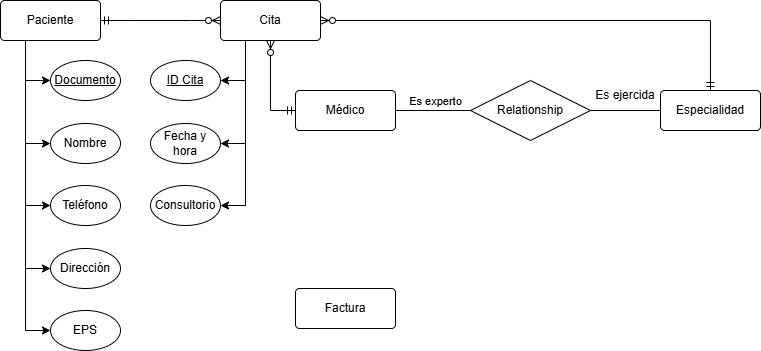
Before: clase/modelo-er-borrador.drawio.png, a diagram exported from draw.io (pipe1408/AREM-Taller_2_Modelo_Informacion). Source tidied: cells renumbered, new cells last; positions are measured from the earlier drawing's top-left corner, leaving out a move shared by most shapes. The source it was exported from:
```xml
<mxGraphModel>
  <root>
    <mxCell id="0" />
    <mxCell id="1" parent="0" />
    <mxCell id="2" style="edgeStyle=orthogonalEdgeStyle;rounded=0;jettySize=auto;html=1;exitX=0.25;exitY=1;exitDx=0;exitDy=0;entryX=0;entryY=0.5;entryDx=0;entryDy=0;" parent="1" edge="1" source="6" target="14">
      <mxGeometry relative="1" as="geometry" />
    </mxCell>
    <mxCell id="3" style="edgeStyle=orthogonalEdgeStyle;rounded=0;jettySize=auto;html=1;exitX=0.25;exitY=1;exitDx=0;exitDy=0;entryX=0;entryY=0.5;entryDx=0;entryDy=0;" parent="1" edge="1" source="6" target="17">
      <mxGeometry relative="1" as="geometry" />
    </mxCell>
    <mxCell id="4" style="edgeStyle=orthogonalEdgeStyle;rounded=0;jettySize=auto;html=1;exitX=0.25;exitY=1;exitDx=0;exitDy=0;entryX=0;entryY=0.5;entryDx=0;entryDy=0;" parent="1" edge="1" source="6" target="18">
      <mxGeometry relative="1" as="geometry" />
    </mxCell>
    <mxCell id="5" style="edgeStyle=orthogonalEdgeStyle;rounded=0;jettySize=auto;html=1;exitX=0.25;exitY=1;exitDx=0;exitDy=0;entryX=0;entryY=0.5;entryDx=0;entryDy=0;" parent="1" edge="1" source="6" target="19">
      <mxGeometry relative="1" as="geometry" />
    </mxCell>
    <mxCell id="6" value="Paciente" style="rounded=1;arcSize=10;whiteSpace=wrap;html=1;align=center;" parent="1" vertex="1">
      <mxGeometry width="100" height="40" as="geometry" />
    </mxCell>
    <mxCell id="7" style="edgeStyle=orthogonalEdgeStyle;rounded=0;jettySize=auto;html=1;exitX=0.25;exitY=1;exitDx=0;exitDy=0;entryX=1;entryY=0.5;entryDx=0;entryDy=0;" parent="1" edge="1" source="10" target="23">
      <mxGeometry relative="1" as="geometry" />
    </mxCell>
    <mxCell id="8" style="edgeStyle=orthogonalEdgeStyle;rounded=0;jettySize=auto;html=1;exitX=0.25;exitY=1;exitDx=0;exitDy=0;entryX=1;entryY=0.5;entryDx=0;entryDy=0;" parent="1" edge="1" source="10" target="24">
      <mxGeometry relative="1" as="geometry" />
    </mxCell>
    <mxCell id="9" style="edgeStyle=orthogonalEdgeStyle;rounded=0;jettySize=auto;html=1;exitX=0.25;exitY=1;exitDx=0;exitDy=0;entryX=1;entryY=0.5;entryDx=0;entryDy=0;" parent="1" edge="1" source="10" target="25">
      <mxGeometry relative="1" as="geometry" />
    </mxCell>
    <mxCell id="10" value="Cita" style="rounded=1;arcSize=10;whiteSpace=wrap;html=1;align=center;" parent="1" vertex="1">
      <mxGeometry x="220" width="100" height="40" as="geometry" />
    </mxCell>
    <mxCell id="11" value="Médico" style="rounded=1;arcSize=10;whiteSpace=wrap;html=1;align=center;" parent="1" vertex="1">
      <mxGeometry x="295" y="90" width="100" height="40" as="geometry" />
    </mxCell>
    <mxCell id="12" value="Especialidad" style="rounded=1;arcSize=10;whiteSpace=wrap;html=1;align=center;" parent="1" vertex="1">
      <mxGeometry x="660" y="90" width="100" height="40" as="geometry" />
    </mxCell>
    <mxCell id="13" value="Factura" style="rounded=1;arcSize=10;whiteSpace=wrap;html=1;align=center;" parent="1" vertex="1">
      <mxGeometry x="295" y="288" width="100" height="40" as="geometry" />
    </mxCell>
    <mxCell id="14" value="Documento" style="ellipse;whiteSpace=wrap;html=1;align=center;fontStyle=4;" parent="1" vertex="1">
      <mxGeometry x="50" y="60" width="70" height="40" as="geometry" />
    </mxCell>
    <mxCell id="15" value="Nombre" style="ellipse;whiteSpace=wrap;html=1;align=center;" parent="1" vertex="1">
      <mxGeometry x="50" y="123" width="70" height="40" as="geometry" />
    </mxCell>
    <mxCell id="16" style="edgeStyle=orthogonalEdgeStyle;rounded=0;jettySize=auto;html=1;exitX=0.25;exitY=1;exitDx=0;exitDy=0;entryX=0;entryY=0.5;entryDx=0;entryDy=0;" parent="1" edge="1" source="6" target="15">
      <mxGeometry relative="1" as="geometry" />
    </mxCell>
    <mxCell id="17" value="Teléfono" style="ellipse;whiteSpace=wrap;html=1;align=center;" parent="1" vertex="1">
      <mxGeometry x="50" y="185" width="70" height="40" as="geometry" />
    </mxCell>
    <mxCell id="18" value="Dirección" style="ellipse;whiteSpace=wrap;html=1;align=center;" parent="1" vertex="1">
      <mxGeometry x="50" y="248" width="70" height="40" as="geometry" />
    </mxCell>
    <mxCell id="19" value="EPS" style="ellipse;whiteSpace=wrap;html=1;align=center;" parent="1" vertex="1">
      <mxGeometry x="50" y="310" width="70" height="40" as="geometry" />
    </mxCell>
    <mxCell id="20" style="edgeStyle=entityRelationEdgeStyle;fontSize=12;html=1;endArrow=ERzeroToMany;startArrow=ERmandOne;rounded=0;exitX=1;exitY=0.5;exitDx=0;exitDy=0;entryX=0;entryY=0.5;entryDx=0;entryDy=0;" parent="1" edge="1" source="6" target="10">
      <mxGeometry relative="1" as="geometry" />
    </mxCell>
    <mxCell id="21" style="edgeStyle=orthogonalEdgeStyle;fontSize=12;html=1;endArrow=ERzeroToMany;startArrow=ERmandOne;rounded=0;exitX=0;exitY=0.5;exitDx=0;exitDy=0;entryX=0.5;entryY=1;entryDx=0;entryDy=0;" parent="1" edge="1" source="11" target="10">
      <mxGeometry relative="1" as="geometry" />
    </mxCell>
    <mxCell id="22" value="Relationship" style="shape=rhombus;perimeter=rhombusPerimeter;whiteSpace=wrap;html=1;align=center;" parent="1" vertex="1">
      <mxGeometry x="470" y="80" width="120" height="60" as="geometry" />
    </mxCell>
    <mxCell id="23" value="ID Cita" style="ellipse;whiteSpace=wrap;html=1;align=center;fontStyle=4;" parent="1" vertex="1">
      <mxGeometry x="150" y="60" width="70" height="40" as="geometry" />
    </mxCell>
    <mxCell id="24" value="Fecha y hora" style="ellipse;whiteSpace=wrap;html=1;align=center;" parent="1" vertex="1">
      <mxGeometry x="150" y="123" width="70" height="40" as="geometry" />
    </mxCell>
    <mxCell id="25" value="Consultorio" style="ellipse;whiteSpace=wrap;html=1;align=center;" parent="1" vertex="1">
      <mxGeometry x="150" y="185" width="70" height="40" as="geometry" />
    </mxCell>
    <mxCell id="26" style="edgeStyle=orthogonalEdgeStyle;fontSize=12;html=1;endArrow=ERzeroToMany;startArrow=ERmandOne;rounded=0;entryX=1;entryY=0.5;entryDx=0;entryDy=0;exitX=0.5;exitY=0;exitDx=0;exitDy=0;" parent="1" edge="1" source="12" target="10">
      <mxGeometry relative="1" as="geometry" />
    </mxCell>
    <mxCell id="27" style="endArrow=none;html=1;rounded=0;exitX=1;exitY=0.5;exitDx=0;exitDy=0;entryX=0;entryY=0.5;entryDx=0;entryDy=0;" parent="1" edge="1" source="11" target="22">
      <mxGeometry relative="1" as="geometry" />
    </mxCell>
    <mxCell id="28" value="Es experto" style="edgeLabel;html=1;align=center;verticalAlign=middle;" parent="27" vertex="1">
      <mxGeometry x="0.03" y="4" relative="1" as="geometry">
        <mxPoint y="-6" as="offset" />
      </mxGeometry>
    </mxCell>
    <mxCell id="29" style="endArrow=none;html=1;rounded=0;exitX=1;exitY=0.5;exitDx=0;exitDy=0;entryX=0;entryY=0.5;entryDx=0;entryDy=0;" parent="1" edge="1" source="22" target="12">
      <mxGeometry relative="1" as="geometry" />
    </mxCell>
    <mxCell id="30" value="Es ejercida" style="text;html=1;whiteSpace=wrap;strokeColor=none;fillColor=none;align=center;verticalAlign=middle;rounded=0;" parent="1" vertex="1">
      <mxGeometry x="590" y="80" width="70" height="30" as="geometry" />
    </mxCell>
  </root>
</mxGraphModel>
```
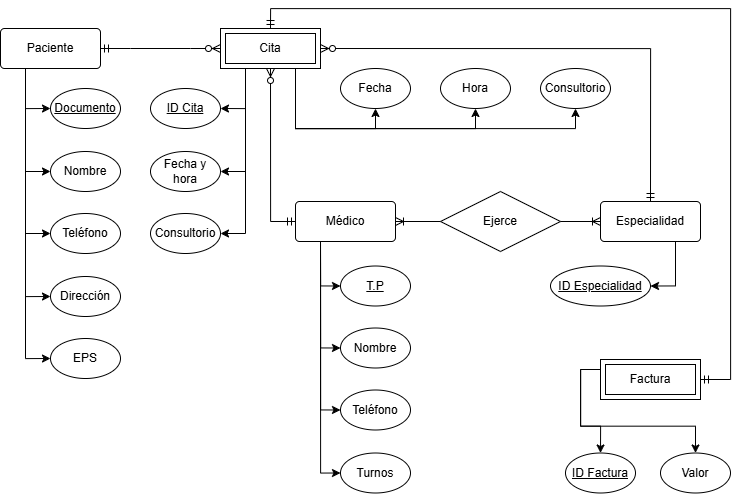
After the change.

The edit, as a diff of the source:
```diff
@@ -26,17 +26,52 @@
     <mxCell id="9" style="edgeStyle=orthogonalEdgeStyle;rounded=0;jettySize=auto;html=1;exitX=0.25;exitY=1;exitDx=0;exitDy=0;entryX=1;entryY=0.5;entryDx=0;entryDy=0;" parent="1" edge="1" source="10" target="25">
       <mxGeometry relative="1" as="geometry" />
     </mxCell>
+    <mxCell id="31" style="edgeStyle=orthogonalEdgeStyle;rounded=0;jettySize=auto;html=1;exitX=0.75;exitY=1;exitDx=0;exitDy=0;entryX=0.5;entryY=1;entryDx=0;entryDy=0;" parent="1" edge="1" source="10" target="50">
+      <mxGeometry relative="1" as="geometry">
+        <Array as="points">
+          <mxPoint x="295" y="100" />
+          <mxPoint x="375" y="100" />
+        </Array>
+      </mxGeometry>
+    </mxCell>
+    <mxCell id="32" style="edgeStyle=orthogonalEdgeStyle;rounded=0;jettySize=auto;html=1;exitX=0.75;exitY=1;exitDx=0;exitDy=0;entryX=0.5;entryY=1;entryDx=0;entryDy=0;" parent="1" edge="1" source="10" target="51">
+      <mxGeometry relative="1" as="geometry" />
+    </mxCell>
+    <mxCell id="33" style="edgeStyle=orthogonalEdgeStyle;rounded=0;jettySize=auto;html=1;exitX=0.75;exitY=1;exitDx=0;exitDy=0;entryX=0.5;entryY=1;entryDx=0;entryDy=0;" parent="1" edge="1" source="10" target="52">
+      <mxGeometry relative="1" as="geometry" />
+    </mxCell>
     <mxCell id="10" value="Cita" style="rounded=1;arcSize=10;whiteSpace=wrap;html=1;align=center;" parent="1" vertex="1">
       <mxGeometry x="220" width="100" height="40" as="geometry" />
     </mxCell>
+    <mxCell id="34" style="edgeStyle=orthogonalEdgeStyle;rounded=0;jettySize=auto;html=1;exitX=0.25;exitY=1;exitDx=0;exitDy=0;entryX=0;entryY=0.5;entryDx=0;entryDy=0;" parent="1" edge="1" source="11" target="45">
+      <mxGeometry relative="1" as="geometry" />
+    </mxCell>
+    <mxCell id="35" style="edgeStyle=orthogonalEdgeStyle;rounded=0;jettySize=auto;html=1;exitX=0.25;exitY=1;exitDx=0;exitDy=0;entryX=0;entryY=0.5;entryDx=0;entryDy=0;" parent="1" edge="1" source="11" target="44">
+      <mxGeometry relative="1" as="geometry" />
+    </mxCell>
+    <mxCell id="36" style="edgeStyle=orthogonalEdgeStyle;rounded=0;jettySize=auto;html=1;exitX=0.25;exitY=1;exitDx=0;exitDy=0;entryX=0;entryY=0.5;entryDx=0;entryDy=0;" parent="1" edge="1" source="11" target="43">
+      <mxGeometry relative="1" as="geometry" />
+    </mxCell>
+    <mxCell id="37" style="edgeStyle=orthogonalEdgeStyle;rounded=0;jettySize=auto;html=1;exitX=0.25;exitY=1;exitDx=0;exitDy=0;entryX=0;entryY=0.5;entryDx=0;entryDy=0;" parent="1" edge="1" source="11" target="41">
+      <mxGeometry relative="1" as="geometry" />
+    </mxCell>
     <mxCell id="11" value="Médico" style="rounded=1;arcSize=10;whiteSpace=wrap;html=1;align=center;" parent="1" vertex="1">
-      <mxGeometry x="295" y="90" width="100" height="40" as="geometry" />
+      <mxGeometry x="295" y="173" width="100" height="40" as="geometry" />
     </mxCell>
+    <mxCell id="38" style="edgeStyle=orthogonalEdgeStyle;rounded=0;jettySize=auto;html=1;exitX=0.75;exitY=1;exitDx=0;exitDy=0;entryX=1;entryY=0.5;entryDx=0;entryDy=0;" parent="1" edge="1" source="12" target="47">
+      <mxGeometry relative="1" as="geometry" />
+    </mxCell>
     <mxCell id="12" value="Especialidad" style="rounded=1;arcSize=10;whiteSpace=wrap;html=1;align=center;" parent="1" vertex="1">
-      <mxGeometry x="660" y="90" width="100" height="40" as="geometry" />
+      <mxGeometry x="600" y="173" width="100" height="40" as="geometry" />
     </mxCell>
+    <mxCell id="39" style="edgeStyle=orthogonalEdgeStyle;rounded=0;jettySize=auto;html=1;exitX=0;exitY=0.25;exitDx=0;exitDy=0;entryX=0.5;entryY=0;entryDx=0;entryDy=0;" parent="1" edge="1" source="13" target="49">
+      <mxGeometry relative="1" as="geometry" />
+    </mxCell>
+    <mxCell id="40" style="edgeStyle=orthogonalEdgeStyle;rounded=0;jettySize=auto;html=1;exitX=0;exitY=0.25;exitDx=0;exitDy=0;entryX=0.5;entryY=0;entryDx=0;entryDy=0;" parent="1" edge="1" source="13" target="48">
+      <mxGeometry relative="1" as="geometry" />
+    </mxCell>
     <mxCell id="13" value="Factura" style="rounded=1;arcSize=10;whiteSpace=wrap;html=1;align=center;" parent="1" vertex="1">
-      <mxGeometry x="295" y="288" width="100" height="40" as="geometry" />
+      <mxGeometry x="600" y="331" width="100" height="40" as="geometry" />
     </mxCell>
     <mxCell id="14" value="Documento" style="ellipse;whiteSpace=wrap;html=1;align=center;fontStyle=4;" parent="1" vertex="1">
       <mxGeometry x="50" y="60" width="70" height="40" as="geometry" />
@@ -62,8 +97,8 @@
     <mxCell id="21" style="edgeStyle=orthogonalEdgeStyle;fontSize=12;html=1;endArrow=ERzeroToMany;startArrow=ERmandOne;rounded=0;exitX=0;exitY=0.5;exitDx=0;exitDy=0;entryX=0.5;entryY=1;entryDx=0;entryDy=0;" parent="1" edge="1" source="11" target="10">
       <mxGeometry relative="1" as="geometry" />
     </mxCell>
-    <mxCell id="22" value="Relationship" style="shape=rhombus;perimeter=rhombusPerimeter;whiteSpace=wrap;html=1;align=center;" parent="1" vertex="1">
-      <mxGeometry x="470" y="80" width="120" height="60" as="geometry" />
+    <mxCell id="22" value="Ejerce" style="shape=rhombus;perimeter=rhombusPerimeter;whiteSpace=wrap;html=1;align=center;" parent="1" vertex="1">
+      <mxGeometry x="440" y="163" width="120" height="60" as="geometry" />
     </mxCell>
     <mxCell id="23" value="ID Cita" style="ellipse;whiteSpace=wrap;html=1;align=center;fontStyle=4;" parent="1" vertex="1">
       <mxGeometry x="150" y="60" width="70" height="40" as="geometry" />
@@ -77,19 +112,56 @@
     <mxCell id="26" style="edgeStyle=orthogonalEdgeStyle;fontSize=12;html=1;endArrow=ERzeroToMany;startArrow=ERmandOne;rounded=0;entryX=1;entryY=0.5;entryDx=0;entryDy=0;exitX=0.5;exitY=0;exitDx=0;exitDy=0;" parent="1" edge="1" source="12" target="10">
       <mxGeometry relative="1" as="geometry" />
     </mxCell>
-    <mxCell id="27" style="endArrow=none;html=1;rounded=0;exitX=1;exitY=0.5;exitDx=0;exitDy=0;entryX=0;entryY=0.5;entryDx=0;entryDy=0;" parent="1" edge="1" source="11" target="22">
-      <mxGeometry relative="1" as="geometry" />
-    </mxCell>
-    <mxCell id="28" value="Es experto" style="edgeLabel;html=1;align=center;verticalAlign=middle;" parent="27" vertex="1">
-      <mxGeometry x="0.03" y="4" relative="1" as="geometry">
-        <mxPoint y="-6" as="offset" />
-      </mxGeometry>
-    </mxCell>
+    <mxCell id="41" value="T.P" style="ellipse;whiteSpace=wrap;html=1;align=center;fontStyle=4;" parent="1" vertex="1">
+      <mxGeometry x="340" y="237.5" width="70" height="40" as="geometry" />
+    </mxCell>
-    <mxCell id="29" style="endArrow=none;html=1;rounded=0;exitX=1;exitY=0.5;exitDx=0;exitDy=0;entryX=0;entryY=0.5;entryDx=0;entryDy=0;" parent="1" edge="1" source="22" target="12">
+    <mxCell id="29" style="edgeStyle=entityRelationEdgeStyle;fontSize=12;html=1;endArrow=ERoneToMany;rounded=0;exitX=1;exitY=0.5;exitDx=0;exitDy=0;entryX=0;entryY=0.5;entryDx=0;entryDy=0;" parent="1" edge="1" source="22" target="12">
       <mxGeometry relative="1" as="geometry" />
     </mxCell>
-    <mxCell id="30" value="Es ejercida" style="text;html=1;whiteSpace=wrap;strokeColor=none;fillColor=none;align=center;verticalAlign=middle;rounded=0;" parent="1" vertex="1">
-      <mxGeometry x="590" y="80" width="70" height="30" as="geometry" />
-    </mxCell>
+    <mxCell id="42" style="edgeStyle=entityRelationEdgeStyle;fontSize=12;html=1;endArrow=ERoneToMany;rounded=0;entryX=1;entryY=0.5;entryDx=0;entryDy=0;exitX=0;exitY=0.5;exitDx=0;exitDy=0;" parent="1" edge="1" source="22" target="11">
+      <mxGeometry relative="1" as="geometry" />
+    </mxCell>
+    <mxCell id="43" value="Nombre" style="ellipse;whiteSpace=wrap;html=1;align=center;" parent="1" vertex="1">
+      <mxGeometry x="340" y="299.5" width="70" height="40" as="geometry" />
+    </mxCell>
+    <mxCell id="44" value="Teléfono" style="ellipse;whiteSpace=wrap;html=1;align=center;" parent="1" vertex="1">
+      <mxGeometry x="340" y="361.5" width="70" height="40" as="geometry" />
+    </mxCell>
+    <mxCell id="45" value="Turnos" style="ellipse;whiteSpace=wrap;html=1;align=center;" parent="1" vertex="1">
+      <mxGeometry x="340" y="424.5" width="70" height="40" as="geometry" />
+    </mxCell>
+    <mxCell id="46" style="edgeStyle=orthogonalEdgeStyle;fontSize=12;html=1;endArrow=ERmandOne;startArrow=ERmandOne;rounded=0;exitX=1;exitY=0.5;exitDx=0;exitDy=0;entryX=0.5;entryY=0;entryDx=0;entryDy=0;" parent="1" edge="1" source="13" target="10">
+      <mxGeometry relative="1" as="geometry">
+        <Array as="points">
+          <mxPoint x="730" y="351" />
+          <mxPoint x="730" y="-20" />
+          <mxPoint x="270" y="-20" />
+        </Array>
+      </mxGeometry>
+    </mxCell>
+    <mxCell id="47" value="ID Especialidad" style="ellipse;whiteSpace=wrap;html=1;align=center;fontStyle=4;" parent="1" vertex="1">
+      <mxGeometry x="550" y="237.5" width="100" height="40" as="geometry" />
+    </mxCell>
+    <mxCell id="48" value="ID Factura" style="ellipse;whiteSpace=wrap;html=1;align=center;fontStyle=4;" parent="1" vertex="1">
+      <mxGeometry x="565" y="424.5" width="70" height="40" as="geometry" />
+    </mxCell>
+    <mxCell id="49" value="Valor" style="ellipse;whiteSpace=wrap;html=1;align=center;" parent="1" vertex="1">
+      <mxGeometry x="660" y="424.5" width="70" height="40" as="geometry" />
+    </mxCell>
+    <mxCell id="50" value="Fecha" style="ellipse;whiteSpace=wrap;html=1;align=center;" parent="1" vertex="1">
+      <mxGeometry x="340" y="40" width="70" height="40" as="geometry" />
+    </mxCell>
+    <mxCell id="51" value="Hora" style="ellipse;whiteSpace=wrap;html=1;align=center;" parent="1" vertex="1">
+      <mxGeometry x="440" y="40" width="70" height="40" as="geometry" />
+    </mxCell>
+    <mxCell id="52" value="Consultorio" style="ellipse;whiteSpace=wrap;html=1;align=center;" parent="1" vertex="1">
+      <mxGeometry x="540" y="40" width="70" height="40" as="geometry" />
+    </mxCell>
+    <mxCell id="53" value="Cita" style="shape=ext;margin=3;double=1;whiteSpace=wrap;html=1;align=center;" parent="1" vertex="1">
+      <mxGeometry x="220" width="100" height="40" as="geometry" />
+    </mxCell>
+    <mxCell id="54" value="Factura" style="shape=ext;margin=3;double=1;whiteSpace=wrap;html=1;align=center;" parent="1" vertex="1">
+      <mxGeometry x="600" y="331" width="100" height="40" as="geometry" />
+    </mxCell>
   </root>
 </mxGraphModel>
```
